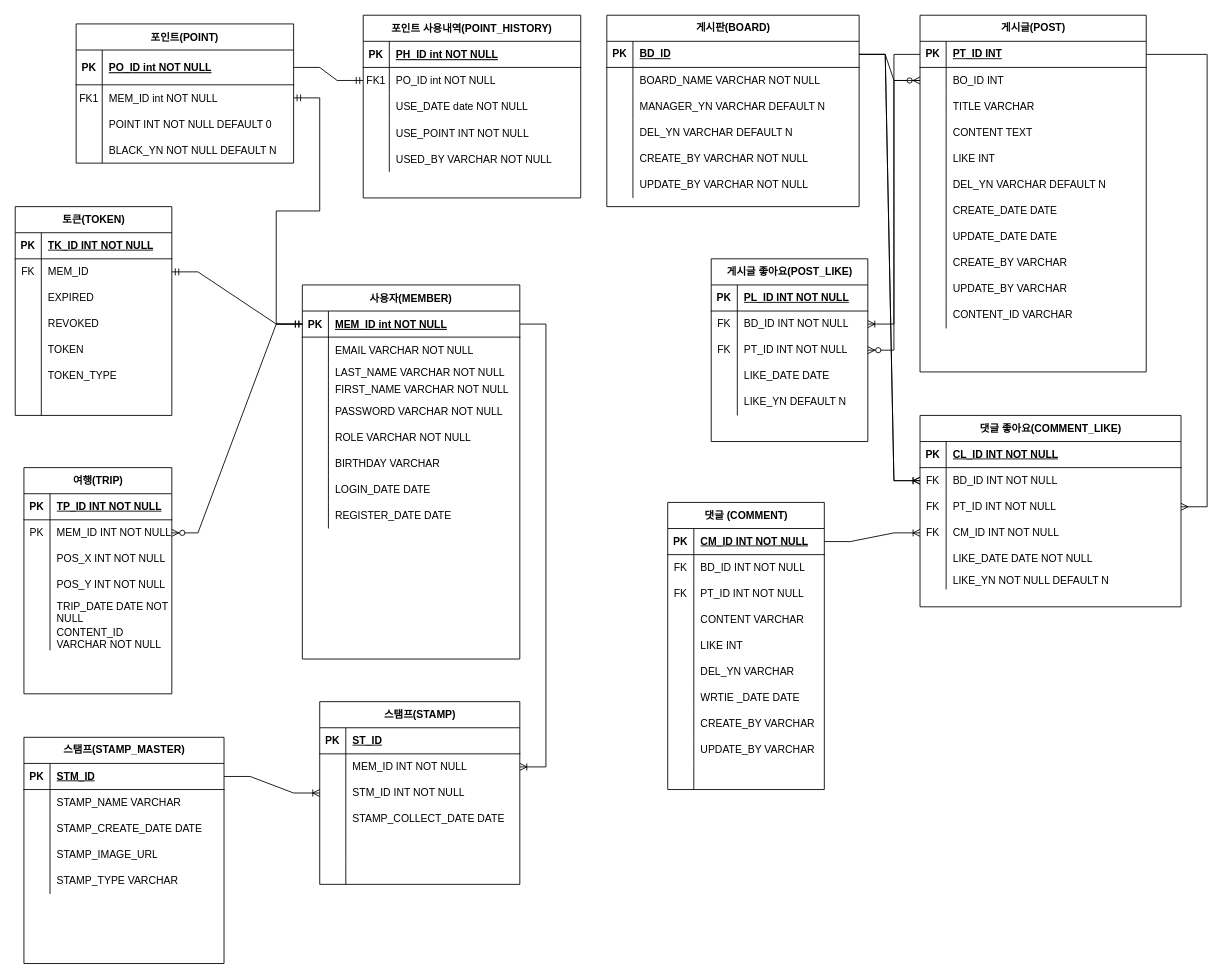
Above: docs/나들이_ERD.drawio in DongJu-Na/Nadry (draw.io), before the change. Source tidied: cells renumbered, new cells numbered last; positions are measured from the earlier drawing's top-left corner, leaving out a move shared by most shapes. Both pictures are drawn from the tidied source at 87%, with x=0, y=0 at pixel (15, 15).
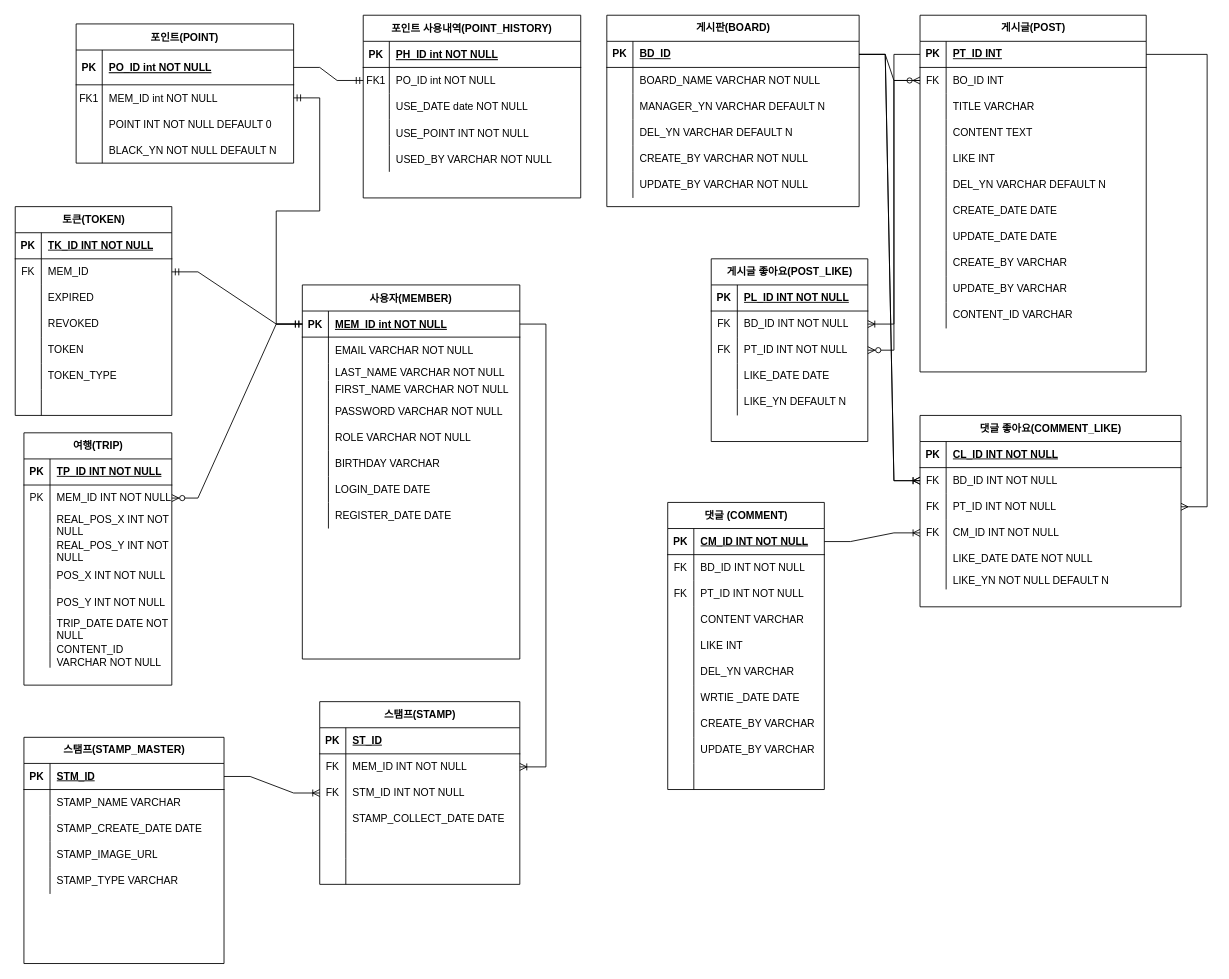
The same diagram, later.

The change refers to these unchanged cells:
```xml
<mxCell id="107" style="shape=tableRow;horizontal=0;startSize=0;swimlaneHead=0;swimlaneBody=0;fillColor=none;points=[[0,0.5],[1,0.5]];portConstraint=eastwest;top=0;left=0;right=0;bottom=0;" parent="103" vertex="1">
  <mxGeometry y="60" width="260" height="30" as="geometry" />
</mxCell>
<mxCell id="217" style="shape=tableRow;horizontal=0;startSize=0;swimlaneHead=0;swimlaneBody=0;fillColor=none;top=0;left=0;right=0;bottom=0;" parent="210" vertex="1">
  <mxGeometry y="90" width="170" height="30" as="geometry" />
</mxCell>
<mxCell id="234" style="shape=tableRow;horizontal=0;startSize=0;swimlaneHead=0;swimlaneBody=0;fillColor=none;points=[[0,0.5],[1,0.5]];portConstraint=eastwest;top=0;left=0;right=0;bottom=0;" parent="230" vertex="1">
  <mxGeometry y="60" width="230" height="30" as="geometry" />
</mxCell>
<mxCell id="237" style="shape=tableRow;horizontal=0;startSize=0;swimlaneHead=0;swimlaneBody=0;fillColor=none;points=[[0,0.5],[1,0.5]];portConstraint=eastwest;top=0;left=0;right=0;bottom=0;" parent="230" vertex="1">
  <mxGeometry y="90" width="230" height="30" as="geometry" />
</mxCell>
```

Change to the diagram source:
```diff
@@
-    <mxCell id="108" style="shape=partialRectangle;fillColor=none;top=0;left=0;bottom=0;right=0;overflow=hidden;whiteSpace=wrap;html=1;" parent="107" vertex="1">
+    <mxCell id="108" value="FK" style="shape=partialRectangle;fillColor=none;top=0;left=0;bottom=0;right=0;overflow=hidden;whiteSpace=wrap;html=1;" parent="107" vertex="1">
       <mxGeometry width="30" height="30" as="geometry" />
     </mxCell>
@@
     <mxCell id="210" value="여행(TRIP)" style="shape=table;startSize=30;childLayout=tableLayout;rowLines=0;fontStyle=1;align=center;html=1;" parent="1" vertex="1">
-      <mxGeometry x="10" y="520" width="170" height="260" as="geometry" />
+      <mxGeometry x="10" y="480" width="170" height="290" as="geometry" />
     </mxCell>
@@
-    <mxCell id="219" value="POS_X INT NOT NULL" style="shape=partialRectangle;fillColor=none;top=0;left=0;bottom=0;right=0;align=left;spacingLeft=6;overflow=hidden;whiteSpace=wrap;html=1;" parent="217" vertex="1">
+    <mxCell id="219" value="REAL_POS_X INT NOT NULL" style="shape=partialRectangle;fillColor=none;top=0;left=0;bottom=0;right=0;align=left;spacingLeft=6;overflow=hidden;whiteSpace=wrap;html=1;" parent="217" vertex="1">
       <mxGeometry x="30" width="140" height="30" as="geometry" />
     </mxCell>
+    <mxCell id="267" style="shape=tableRow;horizontal=0;startSize=0;swimlaneHead=0;swimlaneBody=0;fillColor=none;top=0;left=0;right=0;bottom=0;" parent="210" vertex="1">
+      <mxGeometry y="120" width="170" height="30" as="geometry" />
+    </mxCell>
+    <mxCell id="268" style="shape=partialRectangle;fillColor=none;top=0;left=0;bottom=0;right=0;overflow=hidden;whiteSpace=wrap;html=1;" parent="267" vertex="1">
+      <mxGeometry width="30" height="30" as="geometry" />
+    </mxCell>
+    <mxCell id="269" value="REAL_POS_Y INT NOT NULL" style="shape=partialRectangle;fillColor=none;top=0;left=0;bottom=0;right=0;align=left;spacingLeft=6;overflow=hidden;whiteSpace=wrap;html=1;" parent="267" vertex="1">
+      <mxGeometry x="30" width="140" height="30" as="geometry" />
+    </mxCell>
+    <mxCell id="270" style="shape=tableRow;horizontal=0;startSize=0;swimlaneHead=0;swimlaneBody=0;fillColor=none;top=0;left=0;right=0;bottom=0;" parent="210" vertex="1">
+      <mxGeometry y="150" width="170" height="30" as="geometry" />
+    </mxCell>
+    <mxCell id="271" style="shape=partialRectangle;fillColor=none;top=0;left=0;bottom=0;right=0;overflow=hidden;whiteSpace=wrap;html=1;" parent="270" vertex="1">
+      <mxGeometry width="30" height="30" as="geometry" />
+    </mxCell>
+    <mxCell id="272" value="POS_X INT NOT NULL" style="shape=partialRectangle;fillColor=none;top=0;left=0;bottom=0;right=0;align=left;spacingLeft=6;overflow=hidden;whiteSpace=wrap;html=1;" parent="270" vertex="1">
+      <mxGeometry x="30" width="140" height="30" as="geometry" />
+    </mxCell>
     <mxCell id="220" style="shape=tableRow;horizontal=0;startSize=0;swimlaneHead=0;swimlaneBody=0;fillColor=none;top=0;left=0;right=0;bottom=0;" parent="210" vertex="1">
-      <mxGeometry y="120" width="170" height="30" as="geometry" />
+      <mxGeometry y="180" width="170" height="30" as="geometry" />
     </mxCell>
@@
     <mxCell id="223" style="shape=tableRow;horizontal=0;startSize=0;swimlaneHead=0;swimlaneBody=0;fillColor=none;top=0;left=0;right=0;bottom=0;" parent="210" vertex="1">
-      <mxGeometry y="150" width="170" height="30" as="geometry" />
+      <mxGeometry y="210" width="170" height="30" as="geometry" />
     </mxCell>
@@
     <mxCell id="226" style="shape=tableRow;horizontal=0;startSize=0;swimlaneHead=0;swimlaneBody=0;fillColor=none;top=0;left=0;right=0;bottom=0;" parent="210" vertex="1">
-      <mxGeometry y="180" width="170" height="30" as="geometry" />
+      <mxGeometry y="240" width="170" height="30" as="geometry" />
     </mxCell>
@@
-    <mxCell id="235" style="shape=partialRectangle;fillColor=none;top=0;left=0;bottom=0;right=0;overflow=hidden;whiteSpace=wrap;html=1;" parent="234" vertex="1">
+    <mxCell id="235" value="FK" style="shape=partialRectangle;fillColor=none;top=0;left=0;bottom=0;right=0;overflow=hidden;whiteSpace=wrap;html=1;" parent="234" vertex="1">
       <mxGeometry width="30" height="30" as="geometry" />
     </mxCell>
@@
-    <mxCell id="238" style="shape=partialRectangle;fillColor=none;top=0;left=0;bottom=0;right=0;overflow=hidden;whiteSpace=wrap;html=1;" parent="237" vertex="1">
+    <mxCell id="238" value="FK" style="shape=partialRectangle;fillColor=none;top=0;left=0;bottom=0;right=0;overflow=hidden;whiteSpace=wrap;html=1;" parent="237" vertex="1">
       <mxGeometry width="30" height="30" as="geometry" />
     </mxCell>
```
